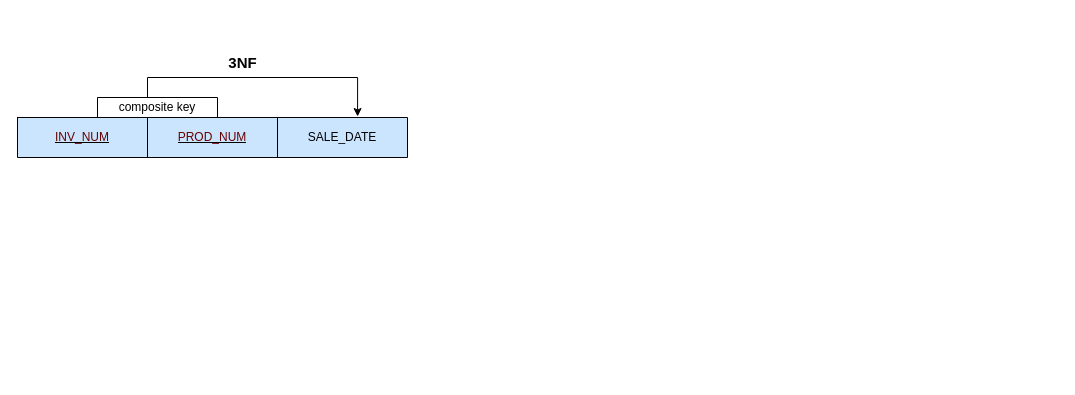
Sahitireddygaddam/Database-System-Concepts keeps this draw.io diagram as page "Page-2" (2 of 3) of Untitled Diagram.drawio. Above is the earlier version. Source tidied: cells renumbered, new cells numbered last; positions are measured from the earlier drawing's top-left corner, leaving out a move shared by most shapes. Both pictures are drawn from the tidied source at 100%, with x=0, y=0 at pixel (17, 47).
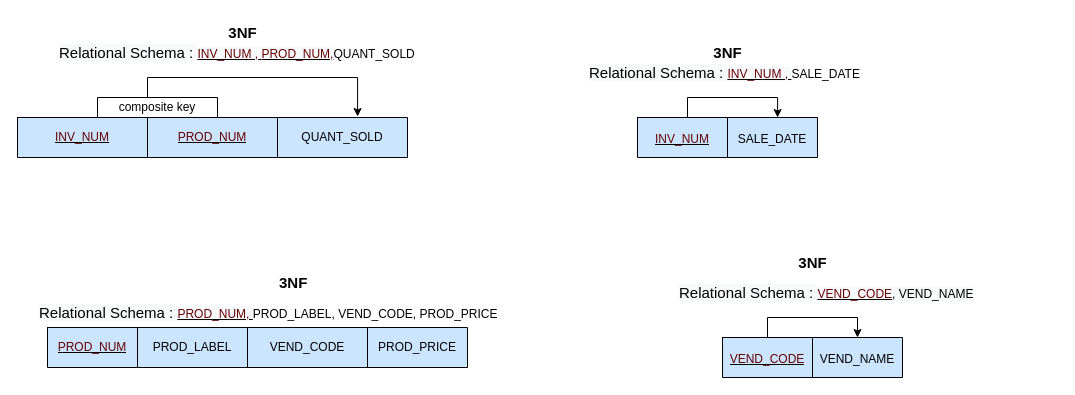
The same diagram, later.

The change refers to these unchanged cells:
```xml
<mxCell id="3" style="shape=tableRow;horizontal=0;startSize=0;swimlaneHead=0;swimlaneBody=0;top=0;left=0;bottom=0;right=0;fillColor=none;points=[[0,0.5],[1,0.5]];portConstraint=eastwest;fontColor=#660000;" parent="2" vertex="1">
  <mxGeometry width="390" height="40" as="geometry" />
</mxCell>
```

Change to the diagram source:
```diff
@@
-    <mxCell id="6" value="&lt;span style=&quot;color: rgb(0, 0, 0);&quot;&gt;SALE_DATE&lt;/span&gt;" style="shape=partialRectangle;html=1;whiteSpace=wrap;overflow=hidden;fillColor=none;top=0;left=0;bottom=0;right=0;fontColor=#660000;" parent="3" vertex="1">
+    <mxCell id="6" value="&lt;span style=&quot;color: rgb(0, 0, 0);&quot;&gt;QUANT_SOLD&lt;/span&gt;" style="shape=partialRectangle;html=1;whiteSpace=wrap;overflow=hidden;fillColor=none;top=0;left=0;bottom=0;right=0;fontColor=#660000;" parent="3" vertex="1">
       <mxGeometry x="260" width="130" height="40" as="geometry" />
     </mxCell>
@@
-    <mxCell id="9" value="&lt;font size=&quot;1&quot; color=&quot;#000000&quot;&gt;&lt;b style=&quot;font-size: 15px;&quot;&gt;3NF&lt;/b&gt;&lt;/font&gt;" style="text;html=1;align=center;verticalAlign=middle;fillColor=none;strokeColor=none;rounded=0;fontColor=#660000;" parent="1" vertex="1">
-      <mxGeometry x="200" width="50" height="30" as="geometry" />
+    <mxCell id="9" value="&lt;b style=&quot;color: rgb(0, 0, 0); font-size: 15px;&quot;&gt;3NF&lt;/b&gt;" style="text;html=1;align=center;verticalAlign=middle;fillColor=none;strokeColor=none;rounded=0;fontColor=#660000;" parent="1" vertex="1">
+      <mxGeometry x="200" y="-30" width="50" height="30" as="geometry" />
     </mxCell>
+    <mxCell id="10" style="shape=table;startSize=0;childLayout=tableLayout;fontSize=15;fontColor=#000000;fillColor=#CCE5FF;" parent="1" vertex="1">
+      <mxGeometry x="620" y="70" width="180" height="40" as="geometry" />
+    </mxCell>
+    <mxCell id="11" style="shape=tableRow;horizontal=0;startSize=0;swimlaneHead=0;swimlaneBody=0;top=0;left=0;bottom=0;right=0;fillColor=none;points=[[0,0.5],[1,0.5]];portConstraint=eastwest;fontSize=15;fontColor=#000000;" parent="10" vertex="1">
+      <mxGeometry width="180" height="40" as="geometry" />
+    </mxCell>
+    <mxCell id="12" value="&lt;u style=&quot;font-size: 12px;&quot;&gt;&lt;font color=&quot;#660000&quot;&gt;INV_NUM&lt;/font&gt;&lt;/u&gt;" style="shape=partialRectangle;html=1;whiteSpace=wrap;overflow=hidden;fillColor=none;top=0;left=0;bottom=0;right=0;fontSize=15;fontColor=#000000;" parent="11" vertex="1">
+      <mxGeometry width="90" height="40" as="geometry" />
+    </mxCell>
+    <mxCell id="13" value="&lt;span style=&quot;font-size: 12px;&quot;&gt;SALE_DATE&lt;/span&gt;" style="shape=partialRectangle;html=1;whiteSpace=wrap;overflow=hidden;fillColor=none;top=0;left=0;bottom=0;right=0;fontSize=15;fontColor=#000000;" parent="11" vertex="1">
+      <mxGeometry x="90" width="90" height="40" as="geometry" />
+    </mxCell>
+    <mxCell id="14" value="&lt;font size=&quot;1&quot; color=&quot;#000000&quot;&gt;&lt;b style=&quot;font-size: 15px;&quot;&gt;3NF&lt;/b&gt;&lt;/font&gt;" style="text;html=1;align=center;verticalAlign=middle;fillColor=none;strokeColor=none;rounded=0;fontColor=#660000;" parent="1" vertex="1">
+      <mxGeometry x="685" y="-10" width="50" height="30" as="geometry" />
+    </mxCell>
+    <mxCell id="15" style="endArrow=classic;html=1;rounded=0;fontColor=#660000;edgeStyle=orthogonalEdgeStyle;entryX=0.872;entryY=-0.025;entryDx=0;entryDy=0;entryPerimeter=0;" parent="1" edge="1" source="11">
+      <mxGeometry relative="1" as="geometry">
+        <mxPoint x="760.1" y="70" as="targetPoint" />
+        <Array as="points">
+          <mxPoint x="670" y="50" />
+          <mxPoint x="760" y="50" />
+        </Array>
+      </mxGeometry>
+    </mxCell>
+    <mxCell id="16" value="&lt;span style=&quot;color: rgb(0, 0, 0); font-family: Helvetica; font-size: 15px; font-style: normal; font-variant-ligatures: normal; font-variant-caps: normal; font-weight: 400; letter-spacing: normal; orphans: 2; text-align: center; text-indent: 0px; text-transform: none; widows: 2; word-spacing: 0px; -webkit-text-stroke-width: 0px; background-color: rgb(248, 249, 250); text-decoration-thickness: initial; text-decoration-style: initial; text-decoration-color: initial; float: none; display: inline !important;&quot;&gt;Relational Schema :&amp;nbsp;&lt;/span&gt;&lt;u style=&quot;color: rgb(0, 0, 0); font-family: Helvetica; font-style: normal; font-variant-ligatures: normal; font-variant-caps: normal; font-weight: 400; letter-spacing: normal; orphans: 2; text-align: center; text-indent: 0px; text-transform: none; widows: 2; word-spacing: 0px; -webkit-text-stroke-width: 0px; background-color: rgb(248, 249, 250); font-size: 12px;&quot;&gt;&lt;font color=&quot;#660000&quot;&gt;INV_NUM ,&amp;nbsp;&lt;/font&gt;&lt;/u&gt;&lt;u style=&quot;color: rgb(0, 0, 0); font-family: Helvetica; font-style: normal; font-variant-ligatures: normal; font-variant-caps: normal; font-weight: 400; letter-spacing: normal; orphans: 2; text-align: center; text-indent: 0px; text-transform: none; widows: 2; word-spacing: 0px; -webkit-text-stroke-width: 0px; background-color: rgb(248, 249, 250); font-size: 12px;&quot;&gt;&lt;font color=&quot;#660000&quot;&gt;PROD_NUM,&lt;/font&gt;&lt;/u&gt;&lt;span style=&quot;font-size: 12px; text-align: center;&quot;&gt;QUANT_SOLD&lt;/span&gt;" style="text;whiteSpace=wrap;html=1;fontSize=15;fontColor=#000000;" parent="1" vertex="1">
+      <mxGeometry x="40" y="-10" width="380" height="40" as="geometry" />
+    </mxCell>
+    <mxCell id="17" value="&lt;span style=&quot;color: rgb(0, 0, 0); font-family: Helvetica; font-size: 15px; font-style: normal; font-variant-ligatures: normal; font-variant-caps: normal; font-weight: 400; letter-spacing: normal; orphans: 2; text-align: center; text-indent: 0px; text-transform: none; widows: 2; word-spacing: 0px; -webkit-text-stroke-width: 0px; background-color: rgb(248, 249, 250); text-decoration-thickness: initial; text-decoration-style: initial; text-decoration-color: initial; float: none; display: inline !important;&quot;&gt;Relational Schema :&amp;nbsp;&lt;/span&gt;&lt;u style=&quot;color: rgb(0, 0, 0); font-family: Helvetica; font-style: normal; font-variant-ligatures: normal; font-variant-caps: normal; font-weight: 400; letter-spacing: normal; orphans: 2; text-align: center; text-indent: 0px; text-transform: none; widows: 2; word-spacing: 0px; -webkit-text-stroke-width: 0px; background-color: rgb(248, 249, 250); font-size: 12px;&quot;&gt;&lt;font color=&quot;#660000&quot;&gt;INV_NUM ,&amp;nbsp;&lt;/font&gt;&lt;/u&gt;&lt;span style=&quot;font-size: 12px; text-align: center;&quot;&gt;SALE_DATE&lt;/span&gt;" style="text;whiteSpace=wrap;html=1;fontSize=15;fontColor=#000000;" parent="1" vertex="1">
+      <mxGeometry x="570" y="10" width="380" height="40" as="geometry" />
+    </mxCell>
+    <mxCell id="18" style="shape=table;startSize=0;childLayout=tableLayout;fillColor=#CCE5FF;" parent="1" vertex="1">
+      <mxGeometry x="30" y="280" width="420" height="40" as="geometry" />
+    </mxCell>
+    <mxCell id="19" style="shape=tableRow;horizontal=0;startSize=0;swimlaneHead=0;swimlaneBody=0;top=0;left=0;bottom=0;right=0;fillColor=none;" parent="18" vertex="1">
+      <mxGeometry width="420" height="40" as="geometry" />
+    </mxCell>
+    <mxCell id="20" value="&lt;u&gt;&lt;font color=&quot;#660000&quot;&gt;PROD_NUM&lt;/font&gt;&lt;/u&gt;" style="shape=partialRectangle;html=1;whiteSpace=wrap;overflow=hidden;fillColor=none;top=0;left=0;bottom=0;right=0;" parent="19" vertex="1">
+      <mxGeometry width="90" height="40" as="geometry" />
+    </mxCell>
+    <mxCell id="21" value="PROD_LABEL" style="shape=partialRectangle;html=1;whiteSpace=wrap;overflow=hidden;fillColor=none;top=0;left=0;bottom=0;right=0;" parent="19" vertex="1">
+      <mxGeometry x="90" width="110" height="40" as="geometry" />
+    </mxCell>
+    <mxCell id="22" value="VEND_CODE" style="shape=partialRectangle;html=1;whiteSpace=wrap;overflow=hidden;fillColor=none;top=0;left=0;bottom=0;right=0;" parent="19" vertex="1">
+      <mxGeometry x="200" width="120" height="40" as="geometry" />
+    </mxCell>
+    <mxCell id="23" value="PROD_PRICE" style="shape=partialRectangle;html=1;whiteSpace=wrap;overflow=hidden;fillColor=none;top=0;left=0;bottom=0;right=0;" parent="19" vertex="1">
+      <mxGeometry x="320" width="100" height="40" as="geometry" />
+    </mxCell>
+    <mxCell id="24" value="&lt;div style=&quot;text-align: center;&quot;&gt;&lt;span style=&quot;background-color: initial;&quot;&gt;&lt;b&gt;3NF&lt;/b&gt;&lt;/span&gt;&lt;/div&gt;" style="text;whiteSpace=wrap;html=1;fontSize=15;fontColor=#000000;" parent="1" vertex="1">
+      <mxGeometry x="260" y="220" width="50" height="40" as="geometry" />
+    </mxCell>
+    <mxCell id="25" value="&lt;span style=&quot;color: rgb(0, 0, 0); font-family: Helvetica; font-size: 15px; font-style: normal; font-variant-ligatures: normal; font-variant-caps: normal; font-weight: 400; letter-spacing: normal; orphans: 2; text-align: center; text-indent: 0px; text-transform: none; widows: 2; word-spacing: 0px; -webkit-text-stroke-width: 0px; background-color: rgb(248, 249, 250); text-decoration-thickness: initial; text-decoration-style: initial; text-decoration-color: initial; float: none; display: inline !important;&quot;&gt;Relational Schema :&amp;nbsp;&lt;/span&gt;&lt;u style=&quot;color: rgb(0, 0, 0); font-family: Helvetica; font-style: normal; font-variant-ligatures: normal; font-variant-caps: normal; font-weight: 400; letter-spacing: normal; orphans: 2; text-align: center; text-indent: 0px; text-transform: none; widows: 2; word-spacing: 0px; -webkit-text-stroke-width: 0px; background-color: rgb(248, 249, 250); font-size: 12px;&quot;&gt;&lt;font color=&quot;#660000&quot;&gt;PROD_NUM,&amp;nbsp;&lt;/font&gt;&lt;/u&gt;&lt;span style=&quot;font-size: 12px; text-align: center;&quot;&gt;PROD_LABEL,&amp;nbsp;&lt;/span&gt;&lt;span style=&quot;font-size: 12px; text-align: center;&quot;&gt;VEND_CODE,&amp;nbsp;&lt;/span&gt;&lt;span style=&quot;font-size: 12px; text-align: center;&quot;&gt;PROD_PRICE&lt;/span&gt;" style="text;whiteSpace=wrap;html=1;fontSize=15;fontColor=#000000;" parent="1" vertex="1">
+      <mxGeometry x="20" y="250" width="589" height="40" as="geometry" />
+    </mxCell>
+    <mxCell id="26" value="&lt;span style=&quot;color: rgb(0, 0, 0); font-family: Helvetica; font-size: 15px; font-style: normal; font-variant-ligatures: normal; font-variant-caps: normal; font-weight: 400; letter-spacing: normal; orphans: 2; text-align: center; text-indent: 0px; text-transform: none; widows: 2; word-spacing: 0px; -webkit-text-stroke-width: 0px; background-color: rgb(248, 249, 250); text-decoration-thickness: initial; text-decoration-style: initial; text-decoration-color: initial; float: none; display: inline !important;&quot;&gt;Relational Schema :&amp;nbsp;&lt;/span&gt;&lt;span style=&quot;color: rgb(0, 0, 0); font-family: Helvetica; font-style: normal; font-variant-ligatures: normal; font-variant-caps: normal; font-weight: 400; letter-spacing: normal; orphans: 2; text-align: center; text-indent: 0px; text-transform: none; widows: 2; word-spacing: 0px; -webkit-text-stroke-width: 0px; background-color: rgb(248, 249, 250); text-decoration-thickness: initial; text-decoration-style: initial; text-decoration-color: initial; float: none; display: inline !important; font-size: 12px;&quot;&gt;&lt;u&gt;&lt;font color=&quot;#660000&quot;&gt;VEND_CODE&lt;/font&gt;&lt;/u&gt;, VEND_NAME&lt;/span&gt;" style="text;whiteSpace=wrap;html=1;fontSize=15;fontColor=#000000;" parent="1" vertex="1">
+      <mxGeometry x="660" y="230" width="380" height="40" as="geometry" />
+    </mxCell>
+    <mxCell id="27" value="&lt;font size=&quot;1&quot; color=&quot;#000000&quot;&gt;&lt;b style=&quot;font-size: 15px;&quot;&gt;3NF&lt;/b&gt;&lt;/font&gt;" style="text;html=1;align=center;verticalAlign=middle;fillColor=none;strokeColor=none;rounded=0;fontColor=#660000;" parent="1" vertex="1">
+      <mxGeometry x="770" y="200" width="50" height="30" as="geometry" />
+    </mxCell>
+    <mxCell id="28" style="shape=table;startSize=0;childLayout=tableLayout;fontSize=15;fontColor=#000000;fillColor=#CCE5FF;" parent="1" vertex="1">
+      <mxGeometry x="705" y="290" width="180" height="40" as="geometry" />
+    </mxCell>
+    <mxCell id="29" style="shape=tableRow;horizontal=0;startSize=0;swimlaneHead=0;swimlaneBody=0;top=0;left=0;bottom=0;right=0;fillColor=none;fontSize=15;fontColor=#000000;" parent="28" vertex="1">
+      <mxGeometry width="180" height="40" as="geometry" />
+    </mxCell>
+    <mxCell id="30" value="&lt;u style=&quot;font-size: 12px;&quot;&gt;&lt;font color=&quot;#660000&quot;&gt;VEND_CODE&lt;/font&gt;&lt;/u&gt;" style="shape=partialRectangle;html=1;whiteSpace=wrap;overflow=hidden;fillColor=none;top=0;left=0;bottom=0;right=0;fontSize=15;fontColor=#000000;" parent="29" vertex="1">
+      <mxGeometry width="90" height="40" as="geometry" />
+    </mxCell>
+    <mxCell id="31" value="&lt;span style=&quot;font-size: 12px;&quot;&gt;VEND_NAME&lt;/span&gt;" style="shape=partialRectangle;html=1;whiteSpace=wrap;overflow=hidden;fillColor=none;top=0;left=0;bottom=0;right=0;fontSize=15;fontColor=#000000;" parent="29" vertex="1">
+      <mxGeometry x="90" width="90" height="40" as="geometry" />
+    </mxCell>
+    <mxCell id="32" style="endArrow=classic;html=1;rounded=0;fontColor=#660000;edgeStyle=orthogonalEdgeStyle;entryX=0.872;entryY=-0.025;entryDx=0;entryDy=0;entryPerimeter=0;" parent="1" edge="1">
+      <mxGeometry relative="1" as="geometry">
+        <mxPoint x="750" y="290" as="sourcePoint" />
+        <mxPoint x="840" y="290" as="targetPoint" />
+        <Array as="points">
+          <mxPoint x="750" y="270" />
+          <mxPoint x="840" y="270" />
+        </Array>
+      </mxGeometry>
+    </mxCell>
```
